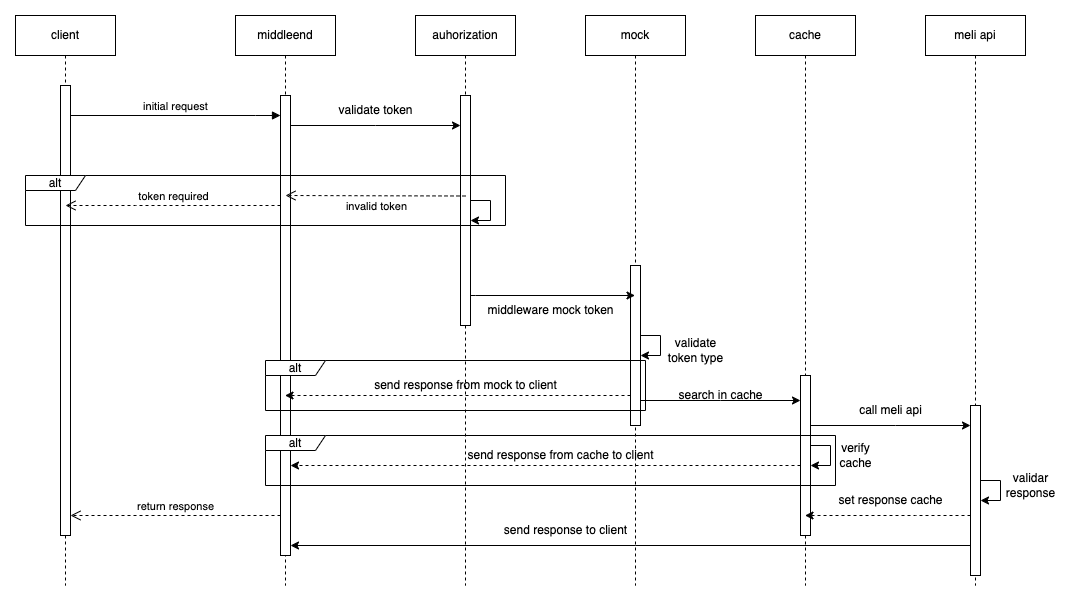
The draw.io diagram documentation/uml-middleend-test.png in poncho02/middleend-test, before a commit. Source tidied: cells renumbered, new cells last; positions are measured from the earlier drawing's top-left corner, leaving out a move shared by most shapes.
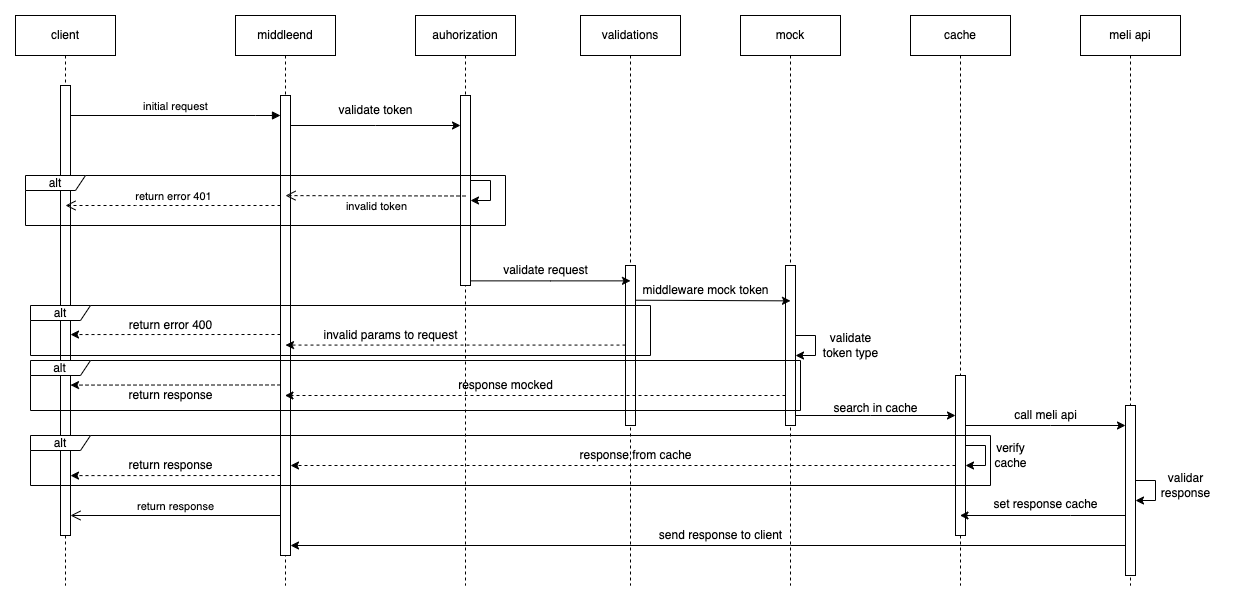
After the change.

Commit message:
replace uml sequence

What changed in the source:
```diff
@@ -2,14 +2,20 @@
   <root>
     <mxCell id="0" />
     <mxCell id="1" parent="0" />
+    <mxCell id="44" value="validations" style="shape=umlLifeline;perimeter=lifelinePerimeter;whiteSpace=wrap;html=1;newEdgeStyle={&quot;edgeStyle&quot;:&quot;elbowEdgeStyle&quot;,&quot;elbow&quot;:&quot;vertical&quot;,&quot;curved&quot;:0,&quot;rounded&quot;:0};" parent="1" vertex="1">
+      <mxGeometry x="410" width="100" height="570" as="geometry" />
+    </mxCell>
+    <mxCell id="45" style="html=1;points=[];perimeter=orthogonalPerimeter;outlineConnect=0;targetShapes=umlLifeline;portConstraint=eastwest;newEdgeStyle={&quot;edgeStyle&quot;:&quot;elbowEdgeStyle&quot;,&quot;elbow&quot;:&quot;vertical&quot;,&quot;curved&quot;:0,&quot;rounded&quot;:0};" parent="44" vertex="1">
+      <mxGeometry x="45" y="250" width="10" height="160" as="geometry" />
+    </mxCell>
     <mxCell id="2" value="client" style="shape=umlLifeline;perimeter=lifelinePerimeter;whiteSpace=wrap;html=1;newEdgeStyle={&quot;edgeStyle&quot;:&quot;elbowEdgeStyle&quot;,&quot;elbow&quot;:&quot;vertical&quot;,&quot;curved&quot;:0,&quot;rounded&quot;:0};" parent="1" vertex="1">
-      <mxGeometry width="100" height="570" as="geometry" />
+      <mxGeometry x="-155" width="100" height="570" as="geometry" />
     </mxCell>
     <mxCell id="3" style="html=1;points=[];perimeter=orthogonalPerimeter;outlineConnect=0;targetShapes=umlLifeline;portConstraint=eastwest;newEdgeStyle={&quot;edgeStyle&quot;:&quot;elbowEdgeStyle&quot;,&quot;elbow&quot;:&quot;vertical&quot;,&quot;curved&quot;:0,&quot;rounded&quot;:0};" parent="2" vertex="1">
       <mxGeometry x="45" y="70" width="10" height="450" as="geometry" />
     </mxCell>
     <mxCell id="4" value="middleend" style="shape=umlLifeline;perimeter=lifelinePerimeter;whiteSpace=wrap;html=1;outlineConnect=0;portConstraint=eastwest;newEdgeStyle={&quot;edgeStyle&quot;:&quot;elbowEdgeStyle&quot;,&quot;elbow&quot;:&quot;vertical&quot;,&quot;curved&quot;:0,&quot;rounded&quot;:0};" parent="1" vertex="1">
-      <mxGeometry x="220" width="100" height="570" as="geometry" />
+      <mxGeometry x="65" width="100" height="570" as="geometry" />
     </mxCell>
     <mxCell id="5" style="html=1;points=[];perimeter=orthogonalPerimeter;outlineConnect=0;targetShapes=umlLifeline;portConstraint=eastwest;newEdgeStyle={&quot;edgeStyle&quot;:&quot;elbowEdgeStyle&quot;,&quot;elbow&quot;:&quot;vertical&quot;,&quot;curved&quot;:0,&quot;rounded&quot;:0};" parent="4" vertex="1">
       <mxGeometry x="45" y="80" width="10" height="460" as="geometry" />
@@ -17,7 +23,7 @@
     <mxCell id="6" value="initial request" style="html=1;verticalAlign=bottom;endArrow=block;edgeStyle=elbowEdgeStyle;elbow=vertical;curved=0;rounded=0;" parent="1" edge="1" source="3" target="5">
       <mxGeometry relative="1" as="geometry">
         <Array as="points">
-          <mxPoint x="240" y="100" />
+          <mxPoint x="85" y="100" />
         </Array>
       </mxGeometry>
     </mxCell>
@@ -31,10 +37,10 @@
       <mxGeometry relative="1" as="geometry" />
     </mxCell>
     <mxCell id="10" value="auhorization" style="shape=umlLifeline;perimeter=lifelinePerimeter;whiteSpace=wrap;html=1;newEdgeStyle={&quot;edgeStyle&quot;:&quot;elbowEdgeStyle&quot;,&quot;elbow&quot;:&quot;vertical&quot;,&quot;curved&quot;:0,&quot;rounded&quot;:0};" parent="1" vertex="1">
-      <mxGeometry x="400" width="100" height="570" as="geometry" />
+      <mxGeometry x="245" width="100" height="570" as="geometry" />
     </mxCell>
     <mxCell id="11" style="html=1;points=[];perimeter=orthogonalPerimeter;outlineConnect=0;targetShapes=umlLifeline;portConstraint=eastwest;newEdgeStyle={&quot;edgeStyle&quot;:&quot;elbowEdgeStyle&quot;,&quot;elbow&quot;:&quot;vertical&quot;,&quot;curved&quot;:0,&quot;rounded&quot;:0};" parent="10" vertex="1">
-      <mxGeometry x="45" y="80" width="10" height="230" as="geometry" />
+      <mxGeometry x="45" y="80" width="10" height="190" as="geometry" />
     </mxCell>
     <mxCell id="12" style="edgeStyle=elbowEdgeStyle;rounded=0;orthogonalLoop=1;jettySize=auto;html=1;elbow=vertical;curved=0;" parent="10" edge="1" source="11" target="11">
       <mxGeometry relative="1" as="geometry" />
@@ -57,54 +63,47 @@
     <mxCell id="18" style="edgeStyle=elbowEdgeStyle;rounded=0;orthogonalLoop=1;jettySize=auto;html=1;elbow=vertical;curved=0;" parent="16" edge="1" source="17" target="17">
       <mxGeometry relative="1" as="geometry" />
     </mxCell>
-    <mxCell id="19" value="return response" style="html=1;verticalAlign=bottom;endArrow=open;dashed=1;endSize=8;edgeStyle=elbowEdgeStyle;elbow=vertical;curved=0;rounded=0;strokeWidth=1;" parent="1" edge="1" target="3">
+    <mxCell id="19" value="return response" style="html=1;verticalAlign=bottom;endArrow=open;endSize=8;edgeStyle=elbowEdgeStyle;elbow=vertical;curved=0;rounded=0;strokeWidth=1;" parent="1" edge="1" target="3">
       <mxGeometry x="0.12" relative="1" as="geometry">
-        <mxPoint x="265" y="470" as="sourcePoint" />
+        <mxPoint x="110" y="470" as="sourcePoint" />
         <Array as="points">
-          <mxPoint x="163" y="500" />
+          <mxPoint x="8" y="500" />
         </Array>
       </mxGeometry>
     </mxCell>
     <mxCell id="20" style="edgeStyle=elbowEdgeStyle;rounded=0;jettySize=auto;html=1;elbow=vertical;curved=0;" parent="1" edge="1" source="5" target="11">
       <mxGeometry relative="1" as="geometry">
         <Array as="points">
-          <mxPoint x="360" y="110" />
+          <mxPoint x="205" y="110" />
         </Array>
       </mxGeometry>
     </mxCell>
     <mxCell id="21" value="alt" style="shape=umlFrame;whiteSpace=wrap;html=1;width=60;height=15;" parent="1" vertex="1">
-      <mxGeometry x="10" y="160" width="480" height="50" as="geometry" />
+      <mxGeometry x="-145" y="160" width="480" height="50" as="geometry" />
     </mxCell>
     <mxCell id="22" value="invalid token" style="html=1;verticalAlign=bottom;endArrow=open;dashed=1;endSize=8;edgeStyle=elbowEdgeStyle;elbow=vertical;curved=0;rounded=0;strokeWidth=1;" parent="1" edge="1">
       <mxGeometry y="20" relative="1" as="geometry">
-        <mxPoint x="450" y="180.5" as="sourcePoint" />
-        <mxPoint x="270" y="180" as="targetPoint" />
+        <mxPoint x="295" y="180.5" as="sourcePoint" />
+        <mxPoint x="115" y="180" as="targetPoint" />
         <mxPoint x="1" as="offset" />
       </mxGeometry>
     </mxCell>
-    <mxCell id="23" value="token required" style="html=1;verticalAlign=bottom;endArrow=open;dashed=1;endSize=8;edgeStyle=elbowEdgeStyle;elbow=vertical;curved=0;rounded=0;strokeWidth=1;" parent="1" edge="1" source="5">
+    <mxCell id="23" value="return error 401" style="html=1;verticalAlign=bottom;endArrow=open;dashed=1;endSize=8;edgeStyle=elbowEdgeStyle;elbow=vertical;curved=0;rounded=0;strokeWidth=1;" parent="1" edge="1" source="5">
       <mxGeometry relative="1" as="geometry">
-        <mxPoint x="50" y="190" as="targetPoint" />
+        <mxPoint x="-105" y="190" as="targetPoint" />
         <Array as="points">
-          <mxPoint x="120" y="190" />
+          <mxPoint x="-35" y="190" />
         </Array>
       </mxGeometry>
     </mxCell>
-    <mxCell id="24" style="edgeStyle=elbowEdgeStyle;rounded=0;jettySize=auto;html=1;elbow=vertical;curved=0;" parent="1" edge="1" source="11" target="16">
-      <mxGeometry relative="1" as="geometry">
-        <Array as="points">
-          <mxPoint x="460" y="280" />
-        </Array>
-      </mxGeometry>
-    </mxCell>
     <mxCell id="25" value="validate token" style="text;html=1;align=center;verticalAlign=middle;strokeColor=none;fillColor=none;" parent="1" vertex="1">
-      <mxGeometry x="310" y="80" width="100" height="30" as="geometry" />
+      <mxGeometry x="155" y="80" width="100" height="30" as="geometry" />
     </mxCell>
     <mxCell id="26" value="middleware mock token" style="text;html=1;align=center;verticalAlign=middle;points=[];strokeColor=none;fillColor=none;" parent="1" vertex="1">
-      <mxGeometry x="460" y="280" width="150" height="30" as="geometry" />
+      <mxGeometry x="460" y="260" width="150" height="30" as="geometry" />
     </mxCell>
     <mxCell id="27" value="validate &lt;br&gt;token type" style="text;html=1;align=center;verticalAlign=middle;strokeColor=none;fillColor=none;" parent="1" vertex="1">
-      <mxGeometry x="640" y="315" width="80" height="40" as="geometry" />
+      <mxGeometry x="640" y="310" width="80" height="40" as="geometry" />
     </mxCell>
     <mxCell id="28" style="edgeStyle=elbowEdgeStyle;rounded=0;jettySize=auto;html=1;elbow=vertical;curved=0;dashed=1;" parent="1" edge="1" source="17" target="4">
       <mxGeometry relative="1" as="geometry">
@@ -113,14 +112,18 @@
         </Array>
       </mxGeometry>
     </mxCell>
-    <mxCell id="29" value="send response from mock to client" style="text;html=1;align=center;verticalAlign=middle;strokeColor=none;fillColor=none;" parent="1" vertex="1">
-      <mxGeometry x="345" y="355" width="210" height="30" as="geometry" />
+    <mxCell id="29" value="response mocked" style="text;html=1;align=center;verticalAlign=middle;strokeColor=none;fillColor=none;" parent="1" vertex="1">
+      <mxGeometry x="275" y="355" width="120" height="30" as="geometry" />
     </mxCell>
     <mxCell id="30" value="search in cache" style="text;html=1;align=center;verticalAlign=middle;strokeColor=none;fillColor=none;" parent="1" vertex="1">
-      <mxGeometry x="650" y="365" width="110" height="30" as="geometry" />
+      <mxGeometry x="650" y="378" width="110" height="30" as="geometry" />
     </mxCell>
     <mxCell id="31" style="edgeStyle=elbowEdgeStyle;rounded=0;jettySize=auto;html=1;elbow=vertical;curved=0;" parent="1" edge="1" source="17" target="8">
-      <mxGeometry relative="1" as="geometry" />
+      <mxGeometry relative="1" as="geometry">
+        <Array as="points">
+          <mxPoint x="700" y="400" />
+        </Array>
+      </mxGeometry>
     </mxCell>
     <mxCell id="32" value="verify&lt;br&gt;cache" style="text;html=1;align=center;verticalAlign=middle;strokeColor=none;fillColor=none;" parent="1" vertex="1">
       <mxGeometry x="810" y="420" width="60" height="40" as="geometry" />
@@ -132,7 +135,7 @@
         </Array>
       </mxGeometry>
     </mxCell>
-    <mxCell id="34" style="edgeStyle=elbowEdgeStyle;rounded=0;jettySize=auto;html=1;elbow=vertical;curved=0;dashed=1;" parent="1" edge="1" source="14" target="7">
+    <mxCell id="34" style="edgeStyle=elbowEdgeStyle;rounded=0;jettySize=auto;html=1;elbow=vertical;curved=0;" parent="1" edge="1" source="14" target="7">
       <mxGeometry relative="1" as="geometry">
         <Array as="points">
           <mxPoint x="900" y="500" />
@@ -147,22 +150,22 @@
       </mxGeometry>
     </mxCell>
     <mxCell id="36" value="call meli api" style="text;html=1;align=center;verticalAlign=middle;strokeColor=none;fillColor=none;" parent="1" vertex="1">
-      <mxGeometry x="830" y="380" width="90" height="30" as="geometry" />
+      <mxGeometry x="830" y="385" width="90" height="30" as="geometry" />
     </mxCell>
     <mxCell id="37" value="validar &lt;br&gt;response" style="text;html=1;align=center;verticalAlign=middle;strokeColor=none;fillColor=none;" parent="1" vertex="1">
       <mxGeometry x="980" y="450" width="70" height="40" as="geometry" />
     </mxCell>
     <mxCell id="38" value="set response cache" style="text;html=1;align=center;verticalAlign=middle;strokeColor=none;fillColor=none;" parent="1" vertex="1">
-      <mxGeometry x="810" y="470" width="130" height="30" as="geometry" />
+      <mxGeometry x="810" y="474" width="130" height="30" as="geometry" />
     </mxCell>
     <mxCell id="39" value="send response to client" style="text;html=1;align=center;verticalAlign=middle;strokeColor=none;fillColor=none;" parent="1" vertex="1">
-      <mxGeometry x="475" y="500" width="150" height="30" as="geometry" />
+      <mxGeometry x="475" y="505" width="150" height="30" as="geometry" />
     </mxCell>
     <mxCell id="40" value="alt" style="shape=umlFrame;whiteSpace=wrap;html=1;width=60;height=15;" parent="1" vertex="1">
-      <mxGeometry x="250" y="345" width="380" height="50" as="geometry" />
+      <mxGeometry x="-140" y="345" width="770" height="50" as="geometry" />
     </mxCell>
     <mxCell id="41" value="alt" style="shape=umlFrame;whiteSpace=wrap;html=1;width=60;height=15;" parent="1" vertex="1">
-      <mxGeometry x="250" y="420" width="570" height="50" as="geometry" />
+      <mxGeometry x="-140" y="420" width="960" height="50" as="geometry" />
     </mxCell>
     <mxCell id="42" style="edgeStyle=elbowEdgeStyle;rounded=0;jettySize=auto;html=1;elbow=vertical;curved=0;dashed=1;" parent="1" edge="1" source="8" target="5">
       <mxGeometry relative="1" as="geometry">
@@ -171,8 +174,58 @@
         </Array>
       </mxGeometry>
     </mxCell>
-    <mxCell id="43" value="send response from cache to client" style="text;html=1;align=center;verticalAlign=middle;strokeColor=none;fillColor=none;" parent="1" vertex="1">
-      <mxGeometry x="440" y="425" width="210" height="30" as="geometry" />
+    <mxCell id="43" value="response from cache" style="text;html=1;align=center;verticalAlign=middle;strokeColor=none;fillColor=none;" parent="1" vertex="1">
+      <mxGeometry x="395" y="425" width="140" height="30" as="geometry" />
     </mxCell>
+    <mxCell id="46" style="edgeStyle=elbowEdgeStyle;rounded=0;jettySize=auto;html=1;elbow=vertical;curved=0;" parent="1" edge="1" source="11" target="26">
+      <mxGeometry relative="1" as="geometry" />
+    </mxCell>
+    <mxCell id="47" value="validate request" style="text;html=1;align=center;verticalAlign=middle;strokeColor=none;fillColor=none;" parent="1" vertex="1">
+      <mxGeometry x="320" y="240" width="110" height="30" as="geometry" />
+    </mxCell>
+    <mxCell id="48" value="alt" style="shape=umlFrame;whiteSpace=wrap;html=1;width=60;height=15;" parent="1" vertex="1">
+      <mxGeometry x="-140" y="290" width="620" height="50" as="geometry" />
+    </mxCell>
+    <mxCell id="49" style="edgeStyle=elbowEdgeStyle;rounded=0;orthogonalLoop=1;jettySize=auto;html=1;elbow=vertical;curved=0;" parent="1" edge="1">
+      <mxGeometry relative="1" as="geometry">
+        <mxPoint x="465" y="284.7" as="sourcePoint" />
+        <mxPoint x="620" y="285" as="targetPoint" />
+      </mxGeometry>
+    </mxCell>
+    <mxCell id="50" style="edgeStyle=elbowEdgeStyle;rounded=0;jettySize=auto;html=1;elbow=vertical;curved=0;dashed=1;" parent="1" edge="1" source="45">
+      <mxGeometry relative="1" as="geometry">
+        <mxPoint x="115" y="330" as="targetPoint" />
+      </mxGeometry>
+    </mxCell>
+    <mxCell id="51" value="invalid params to request" style="text;html=1;align=center;verticalAlign=middle;strokeColor=none;fillColor=none;" parent="1" vertex="1">
+      <mxGeometry x="140" y="305" width="160" height="30" as="geometry" />
+    </mxCell>
+    <mxCell id="52" style="edgeStyle=elbowEdgeStyle;rounded=0;orthogonalLoop=1;jettySize=auto;html=1;elbow=vertical;curved=0;dashed=1;" parent="1" edge="1">
+      <mxGeometry relative="1" as="geometry">
+        <mxPoint x="110" y="319" as="sourcePoint" />
+        <mxPoint x="-100" y="319.5" as="targetPoint" />
+      </mxGeometry>
+    </mxCell>
+    <mxCell id="53" style="edgeStyle=elbowEdgeStyle;rounded=0;orthogonalLoop=1;jettySize=auto;html=1;elbow=vertical;curved=0;dashed=1;" parent="1" edge="1">
+      <mxGeometry relative="1" as="geometry">
+        <mxPoint x="110" y="369.5" as="sourcePoint" />
+        <mxPoint x="-100" y="369.9" as="targetPoint" />
+      </mxGeometry>
+    </mxCell>
+    <mxCell id="54" style="edgeStyle=elbowEdgeStyle;rounded=0;orthogonalLoop=1;jettySize=auto;html=1;elbow=vertical;curved=0;dashed=1;" parent="1" edge="1">
+      <mxGeometry relative="1" as="geometry">
+        <mxPoint x="110" y="460" as="sourcePoint" />
+        <mxPoint x="-100" y="460.5" as="targetPoint" />
+      </mxGeometry>
+    </mxCell>
+    <mxCell id="55" value="return error 400" style="text;html=1;align=center;verticalAlign=middle;strokeColor=none;fillColor=none;" parent="1" vertex="1">
+      <mxGeometry x="-55" y="295" width="110" height="30" as="geometry" />
+    </mxCell>
+    <mxCell id="56" value="return response" style="text;html=1;align=center;verticalAlign=middle;strokeColor=none;fillColor=none;" parent="1" vertex="1">
+      <mxGeometry x="-55" y="365" width="110" height="30" as="geometry" />
+    </mxCell>
+    <mxCell id="57" value="return response" style="text;html=1;align=center;verticalAlign=middle;strokeColor=none;fillColor=none;" parent="1" vertex="1">
+      <mxGeometry x="-55" y="435" width="110" height="30" as="geometry" />
+    </mxCell>
   </root>
 </mxGraphModel>
```
